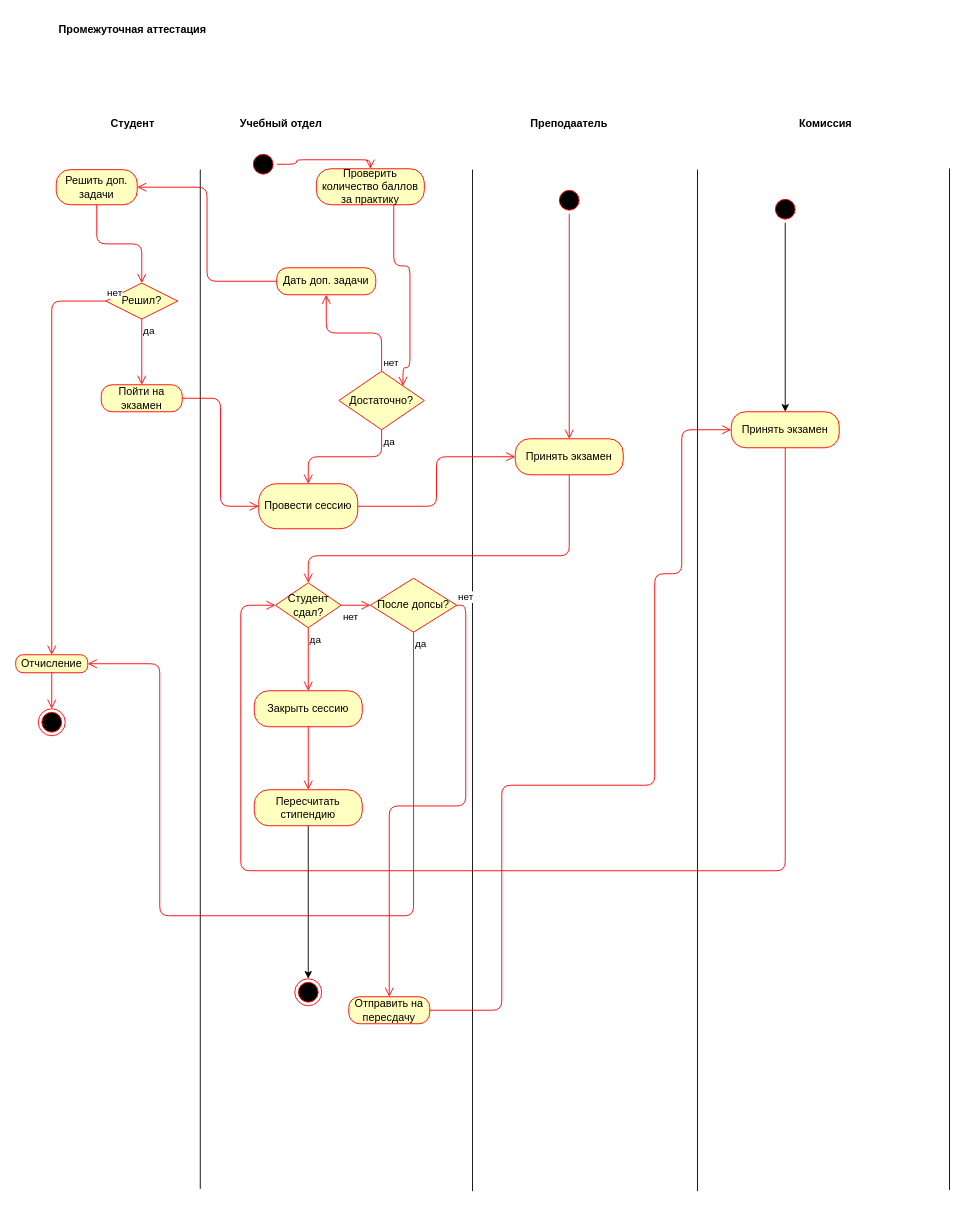
Earlier version of the draw.io diagram pw02-diagrams/Задание1.ДиаграммаАктивностей.Сурков.drawio (maximumSHOT-HSE/SD). Source tidied: cells renumbered, new cells numbered last; positions are measured from the earlier drawing's top-left corner, leaving out a move shared by most shapes. Both pictures are drawn from the tidied source at 90%, with x=0, y=0 at pixel (-310, 15).
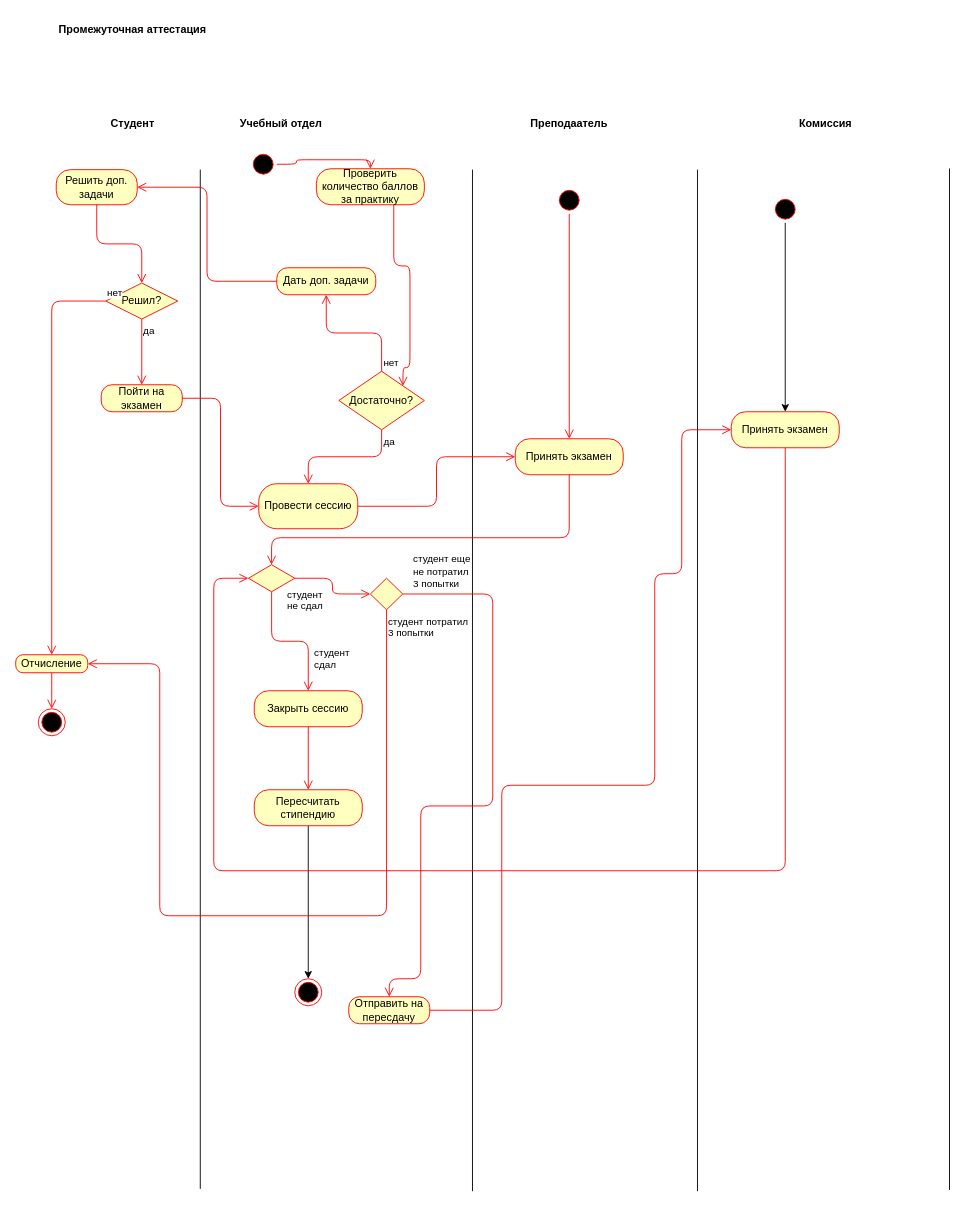
After the change.

Unchanged cells that the change refers to:
```xml
<mxCell id="23" value="Отчисление" style="rounded=1;whiteSpace=wrap;html=1;arcSize=40;fontColor=#000000;fillColor=#ffffc0;strokeColor=#ff0000;" parent="1" vertex="1">
  <mxGeometry x="361" y="710" width="80" height="20" as="geometry" />
</mxCell>
<mxCell id="31" value="Закрыть сессию" style="rounded=1;whiteSpace=wrap;html=1;arcSize=40;fontColor=#000000;fillColor=#ffffc0;strokeColor=#ff0000;" parent="1" vertex="1">
  <mxGeometry x="626" y="750" width="120" height="40" as="geometry" />
</mxCell>
<mxCell id="39" value="Принять экзамен" style="rounded=1;whiteSpace=wrap;html=1;arcSize=40;fontColor=#000000;fillColor=#ffffc0;strokeColor=#ff0000;" parent="1" vertex="1">
  <mxGeometry x="916" y="470" width="120" height="40" as="geometry" />
</mxCell>
<mxCell id="42" value="Принять экзамен" style="rounded=1;whiteSpace=wrap;html=1;arcSize=40;fontColor=#000000;fillColor=#ffffc0;strokeColor=#ff0000;" parent="1" vertex="1">
  <mxGeometry x="1156" y="440" width="120" height="40" as="geometry" />
</mxCell>
<mxCell id="46" value="Отправить на пересдачу" style="rounded=1;whiteSpace=wrap;html=1;arcSize=40;fontColor=#000000;fillColor=#ffffc0;strokeColor=#ff0000;" parent="1" vertex="1">
  <mxGeometry x="731" y="1090" width="90" height="30" as="geometry" />
</mxCell>
```

What changed in the source:
```diff
@@
-    <mxCell id="29" value="Студент сдал?" style="rhombus;whiteSpace=wrap;html=1;fillColor=#ffffc0;strokeColor=#ff0000;" parent="1" vertex="1">
-      <mxGeometry x="649.5" y="630" width="73" height="50" as="geometry" />
+    <mxCell id="29" style="rhombus;whiteSpace=wrap;html=1;fillColor=#ffffc0;strokeColor=#ff0000;" parent="1" vertex="1">
+      <mxGeometry x="619.5" y="610" width="51.5" height="30" as="geometry" />
     </mxCell>
-    <mxCell id="30" value="да" style="edgeStyle=orthogonalEdgeStyle;html=1;align=left;verticalAlign=top;endArrow=open;endSize=8;strokeColor=#ff0000;entryX=0.5;entryY=0;entryDx=0;entryDy=0;" parent="1" edge="1" source="29" target="31">
-      <mxGeometry x="-1" relative="1" as="geometry" />
+    <mxCell id="30" value="студент&lt;br&gt;сдал" style="edgeStyle=orthogonalEdgeStyle;html=1;align=left;verticalAlign=top;endArrow=open;endSize=8;strokeColor=#ff0000;entryX=0.5;entryY=0;entryDx=0;entryDy=0;" parent="1" edge="1" source="29" target="31">
+      <mxGeometry x="0.27" y="5" relative="1" as="geometry" />
     </mxCell>
@@
     <mxCell id="40" style="edgeStyle=orthogonalEdgeStyle;html=1;verticalAlign=bottom;endArrow=open;endSize=8;strokeColor=#ff0000;entryX=0.5;entryY=0;entryDx=0;entryDy=0;" parent="1" edge="1" source="39" target="29">
       <mxGeometry relative="1" as="geometry">
         <Array as="points">
-          <mxPoint x="976" y="600" />
-          <mxPoint x="686" y="600" />
+          <mxPoint x="976" y="580" />
+          <mxPoint x="645" y="580" />
         </Array>
       </mxGeometry>
     </mxCell>
@@
     <mxCell id="43" style="edgeStyle=orthogonalEdgeStyle;html=1;verticalAlign=bottom;endArrow=open;endSize=8;strokeColor=#ff0000;entryX=0;entryY=0.5;entryDx=0;entryDy=0;" parent="1" edge="1" source="42" target="29">
       <mxGeometry relative="1" as="geometry">
         <Array as="points">
           <mxPoint x="1216" y="950" />
-          <mxPoint x="611" y="950" />
-          <mxPoint x="611" y="655" />
+          <mxPoint x="581" y="950" />
+          <mxPoint x="581" y="625" />
         </Array>
       </mxGeometry>
     </mxCell>
@@
-    <mxCell id="48" value="нет" style="edgeStyle=orthogonalEdgeStyle;html=1;align=left;verticalAlign=top;endArrow=open;endSize=8;strokeColor=#ff0000;entryX=0;entryY=0.5;entryDx=0;entryDy=0;exitX=1;exitY=0.5;exitDx=0;exitDy=0;" parent="1" edge="1" source="29" target="49">
-      <mxGeometry x="-1" relative="1" as="geometry" />
+    <mxCell id="48" value="студент&lt;br&gt;не сдал" style="edgeStyle=orthogonalEdgeStyle;html=1;align=left;verticalAlign=top;endArrow=open;endSize=8;strokeColor=#ff0000;entryX=0;entryY=0.5;entryDx=0;entryDy=0;exitX=1;exitY=0.5;exitDx=0;exitDy=0;" parent="1" edge="1" source="29" target="49">
+      <mxGeometry x="-0.07" y="-52" relative="1" as="geometry" />
     </mxCell>
-    <mxCell id="49" value="После допсы?" style="rhombus;whiteSpace=wrap;html=1;fillColor=#ffffc0;strokeColor=#ff0000;" parent="1" vertex="1">
-      <mxGeometry x="755" y="625" width="96" height="60" as="geometry" />
+    <mxCell id="49" style="rhombus;whiteSpace=wrap;html=1;fillColor=#ffffc0;strokeColor=#ff0000;" parent="1" vertex="1">
+      <mxGeometry x="755" y="625" width="36" height="35" as="geometry" />
     </mxCell>
-    <mxCell id="50" value="нет" style="edgeStyle=orthogonalEdgeStyle;html=1;align=left;verticalAlign=bottom;endArrow=open;endSize=8;strokeColor=#ff0000;entryX=0.5;entryY=0;entryDx=0;entryDy=0;" parent="1" edge="1" source="49" target="46">
-      <mxGeometry x="-1" relative="1" as="geometry">
+    <mxCell id="50" value="студент еще&lt;br&gt;не потратил&lt;br&gt;3 попытки" style="edgeStyle=orthogonalEdgeStyle;html=1;align=left;verticalAlign=bottom;endArrow=open;endSize=8;strokeColor=#ff0000;entryX=0.5;entryY=0;entryDx=0;entryDy=0;" parent="1" edge="1" source="49" target="46">
+      <mxGeometry x="-0.97" y="3" relative="1" as="geometry">
         <Array as="points">
-          <mxPoint x="861" y="655" />
-          <mxPoint x="861" y="878" />
-          <mxPoint x="776" y="878" />
+          <mxPoint x="891" y="643" />
+          <mxPoint x="891" y="878" />
+          <mxPoint x="811" y="878" />
+          <mxPoint x="811" y="1070" />
+          <mxPoint x="776" y="1070" />
         </Array>
       </mxGeometry>
     </mxCell>
-    <mxCell id="51" value="да" style="edgeStyle=orthogonalEdgeStyle;html=1;align=left;verticalAlign=top;endArrow=open;endSize=8;strokeColor=#ff0000;entryX=1;entryY=0.5;entryDx=0;entryDy=0;" parent="1" edge="1" source="49" target="23">
+    <mxCell id="51" value="студент потратил&lt;br&gt;3 попытки" style="edgeStyle=orthogonalEdgeStyle;html=1;align=left;verticalAlign=top;endArrow=open;endSize=8;strokeColor=#ff0000;entryX=1;entryY=0.5;entryDx=0;entryDy=0;" parent="1" edge="1" source="49" target="23">
       <mxGeometry x="-1" relative="1" as="geometry">
         <Array as="points">
-          <mxPoint x="803" y="1000" />
+          <mxPoint x="773" y="1000" />
           <mxPoint x="521" y="1000" />
           <mxPoint x="521" y="720" />
         </Array>
       </mxGeometry>
     </mxCell>
```
